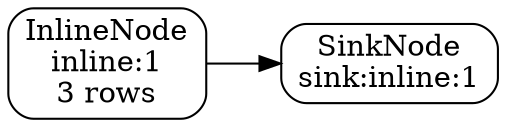
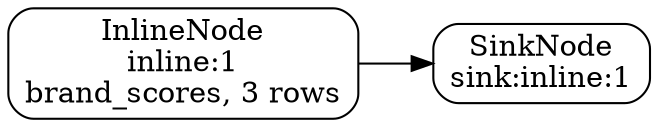
digraph prism_plan {
  rankdir=LR;
  node [shape=box, style=rounded];
-   "inline:1" [label="InlineNode\ninline:1\n3 rows"];
+   "inline:1" [label="InlineNode\ninline:1\nbrand_scores, 3 rows"];
  "sink:inline:1" [label="SinkNode\nsink:inline:1"];
  "inline:1" -> "sink:inline:1";
}
